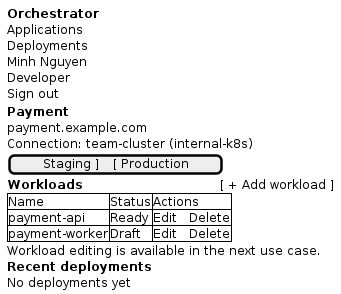
Above: orchestrator_docs/usecase/UC-01/ui/wireframe.png in pr3s3nt/poc (PlantUML), before the change. Its source is kept beside it as orchestrator_docs/usecase/UC-01/ui/wireframe.puml.
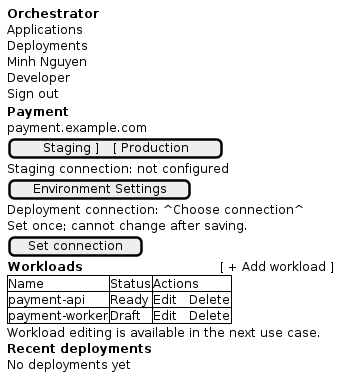
After the commit.

What changed in the source:
```diff
@@ -15,9 +15,13 @@
   {
     <b>Payment</b>
     payment.example.com
-    Connection: team-cluster (internal-k8s)
 
     [ Staging ]   [ Production ]
+    Staging connection: not configured
+    [ Environment Settings ]
+    Deployment connection: ^Choose connection^
+    Set once; cannot change after saving.
+    [ Set connection ]
 
     <b>Workloads</b>                                  [ + Add workload ]
     {#
```
